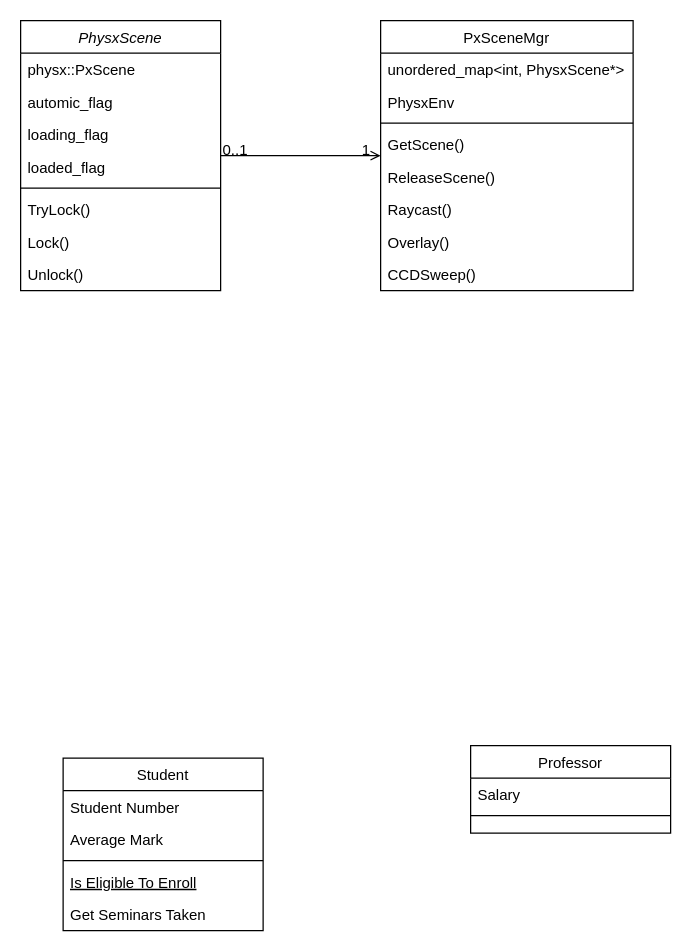
Earlier version of the draw.io diagram docs/UML1.drawio (justinzhuguangwen/behaviac). Source tidied: cells renumbered, new cells numbered last; positions are measured from the earlier drawing's top-left corner, leaving out a move shared by most shapes. Both pictures are drawn from the tidied source at 125%, with x=0, y=0 at pixel (20, 20).
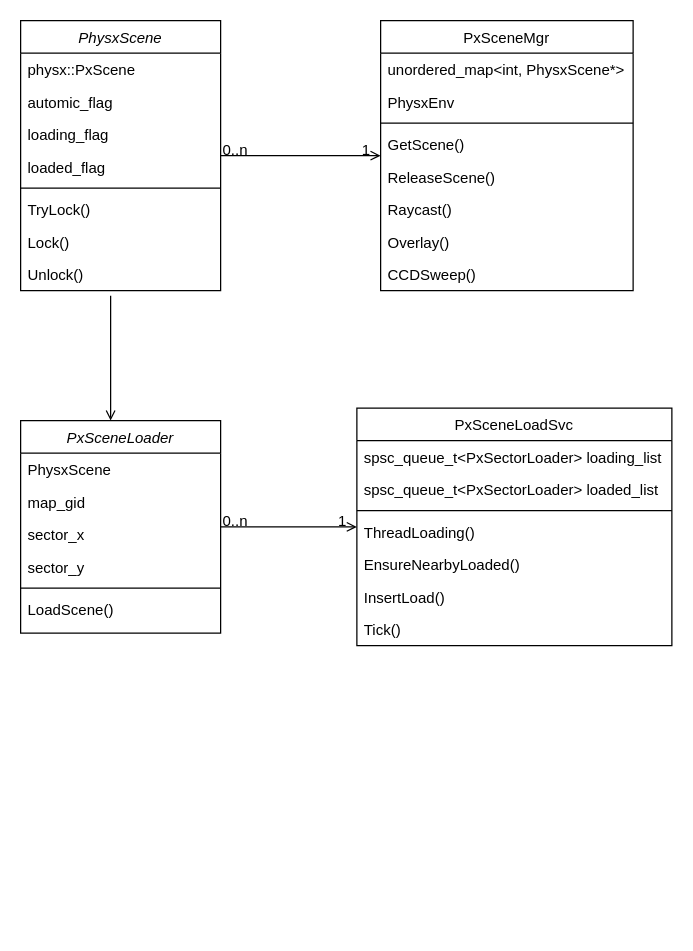
The same diagram, later.

Unchanged cells that the change refers to:
```xml
<mxCell id="29" style="endArrow=open;shadow=0;strokeWidth=1;rounded=0;endFill=1;edgeStyle=elbowEdgeStyle;elbow=vertical;" parent="1" edge="1" source="2" target="20">
  <mxGeometry x="0.5" y="41" relative="1" as="geometry">
    <mxPoint x="-40" y="32" as="offset" />
  </mxGeometry>
</mxCell>
```

Change to the diagram source:
```diff
@@
-    <mxCell id="11" value="Student" style="swimlane;fontStyle=0;align=center;verticalAlign=top;horizontal=1;startSize=26;rounded=0;shadow=0;strokeWidth=1;" parent="1" vertex="1">
-      <mxGeometry x="34" y="590" width="160" height="138" as="geometry" />
-    </mxCell>
-    <mxCell id="12" value="Student Number" style="text;align=left;verticalAlign=top;spacingLeft=4;spacingRight=4;overflow=hidden;" parent="11" vertex="1">
-      <mxGeometry y="26" width="160" height="26" as="geometry" />
-    </mxCell>
-    <mxCell id="13" value="Average Mark" style="text;align=left;verticalAlign=top;spacingLeft=4;spacingRight=4;overflow=hidden;rounded=0;shadow=0;html=0;" parent="11" vertex="1">
-      <mxGeometry y="52" width="160" height="26" as="geometry" />
-    </mxCell>
-    <mxCell id="14" style="line;html=1;strokeWidth=1;align=left;verticalAlign=middle;spacingTop=-1;spacingLeft=3;spacingRight=3;labelPosition=right;" parent="11" vertex="1">
-      <mxGeometry y="78" width="160" height="8" as="geometry" />
-    </mxCell>
-    <mxCell id="15" value="Is Eligible To Enroll" style="text;align=left;verticalAlign=top;spacingLeft=4;spacingRight=4;overflow=hidden;fontStyle=4;" parent="11" vertex="1">
-      <mxGeometry y="86" width="160" height="26" as="geometry" />
-    </mxCell>
-    <mxCell id="16" value="Get Seminars Taken" style="text;align=left;verticalAlign=top;spacingLeft=4;spacingRight=4;overflow=hidden;" parent="11" vertex="1">
-      <mxGeometry y="112" width="160" height="26" as="geometry" />
-    </mxCell>
-    <mxCell id="17" value="Professor" style="swimlane;fontStyle=0;align=center;verticalAlign=top;horizontal=1;startSize=26;rounded=0;shadow=0;strokeWidth=1;" parent="1" vertex="1">
-      <mxGeometry x="360" y="580" width="160" height="70" as="geometry" />
-    </mxCell>
-    <mxCell id="18" value="Salary" style="text;align=left;verticalAlign=top;spacingLeft=4;spacingRight=4;overflow=hidden;" parent="17" vertex="1">
-      <mxGeometry y="26" width="160" height="26" as="geometry" />
-    </mxCell>
-    <mxCell id="19" style="line;html=1;strokeWidth=1;align=left;verticalAlign=middle;spacingTop=-1;spacingLeft=3;spacingRight=3;labelPosition=right;" parent="17" vertex="1">
-      <mxGeometry y="52" width="160" height="8" as="geometry" />
-    </mxCell>
@@
-    <mxCell id="30" value="0..1" style="align=left;verticalAlign=bottom;labelBackgroundColor=none;fontSize=12;" parent="29" vertex="1">
+    <mxCell id="30" value="0..n" style="align=left;verticalAlign=bottom;labelBackgroundColor=none;fontSize=12;" parent="29" vertex="1">
       <mxGeometry x="-1" relative="1" as="geometry">
         <mxPoint y="4" as="offset" />
       </mxGeometry>
     </mxCell>
@@
+    <mxCell id="32" value="PxSceneLoader" style="swimlane;fontStyle=2;align=center;verticalAlign=top;horizontal=1;startSize=26;rounded=0;shadow=0;strokeWidth=1;" parent="1" vertex="1">
+      <mxGeometry y="320" width="160" height="170" as="geometry" />
+    </mxCell>
+    <mxCell id="33" value="PhysxScene" style="text;align=left;verticalAlign=top;spacingLeft=4;spacingRight=4;overflow=hidden;" parent="32" vertex="1">
+      <mxGeometry y="26" width="160" height="26" as="geometry" />
+    </mxCell>
+    <mxCell id="34" value="map_gid" style="text;align=left;verticalAlign=top;spacingLeft=4;spacingRight=4;overflow=hidden;rounded=0;shadow=0;html=0;" parent="32" vertex="1">
+      <mxGeometry y="52" width="160" height="26" as="geometry" />
+    </mxCell>
+    <mxCell id="35" value="sector_x" style="text;align=left;verticalAlign=top;spacingLeft=4;spacingRight=4;overflow=hidden;rounded=0;shadow=0;html=0;" parent="32" vertex="1">
+      <mxGeometry y="78" width="160" height="26" as="geometry" />
+    </mxCell>
+    <mxCell id="36" value="sector_y" style="text;align=left;verticalAlign=top;spacingLeft=4;spacingRight=4;overflow=hidden;" parent="32" vertex="1">
+      <mxGeometry y="104" width="160" height="26" as="geometry" />
+    </mxCell>
+    <mxCell id="37" style="line;html=1;strokeWidth=1;align=left;verticalAlign=middle;spacingTop=-1;spacingLeft=3;spacingRight=3;labelPosition=right;" parent="32" vertex="1">
+      <mxGeometry y="130" width="160" height="8" as="geometry" />
+    </mxCell>
+    <mxCell id="38" value="LoadScene()" style="text;align=left;verticalAlign=top;spacingLeft=4;spacingRight=4;overflow=hidden;" parent="32" vertex="1">
+      <mxGeometry y="138" width="160" height="22" as="geometry" />
+    </mxCell>
+    <mxCell id="39" value="PxSceneLoadSvc" style="swimlane;fontStyle=0;align=center;verticalAlign=top;horizontal=1;startSize=26;rounded=0;shadow=0;strokeWidth=1;" parent="1" vertex="1">
+      <mxGeometry x="269" y="310" width="252" height="190" as="geometry" />
+    </mxCell>
+    <mxCell id="40" value="spsc_queue_t&lt;PxSectorLoader&gt; loading_list" style="text;align=left;verticalAlign=top;spacingLeft=4;spacingRight=4;overflow=hidden;rounded=0;shadow=0;html=0;" parent="39" vertex="1">
+      <mxGeometry y="26" width="252" height="26" as="geometry" />
+    </mxCell>
+    <mxCell id="41" value="spsc_queue_t&lt;PxSectorLoader&gt; loaded_list" style="text;align=left;verticalAlign=top;spacingLeft=4;spacingRight=4;overflow=hidden;rounded=0;shadow=0;html=0;" parent="39" vertex="1">
+      <mxGeometry y="52" width="252" height="26" as="geometry" />
+    </mxCell>
+    <mxCell id="42" style="line;html=1;strokeWidth=1;align=left;verticalAlign=middle;spacingTop=-1;spacingLeft=3;spacingRight=3;labelPosition=right;" parent="39" vertex="1">
+      <mxGeometry y="78" width="252" height="8" as="geometry" />
+    </mxCell>
+    <mxCell id="43" value="ThreadLoading()" style="text;align=left;verticalAlign=top;spacingLeft=4;spacingRight=4;overflow=hidden;" parent="39" vertex="1">
+      <mxGeometry y="86" width="252" height="26" as="geometry" />
+    </mxCell>
+    <mxCell id="44" value="EnsureNearbyLoaded()" style="text;align=left;verticalAlign=top;spacingLeft=4;spacingRight=4;overflow=hidden;" parent="39" vertex="1">
+      <mxGeometry y="112" width="252" height="26" as="geometry" />
+    </mxCell>
+    <mxCell id="45" value="InsertLoad()" style="text;align=left;verticalAlign=top;spacingLeft=4;spacingRight=4;overflow=hidden;" parent="39" vertex="1">
+      <mxGeometry y="138" width="252" height="26" as="geometry" />
+    </mxCell>
+    <mxCell id="46" value="Tick()" style="text;align=left;verticalAlign=top;spacingLeft=4;spacingRight=4;overflow=hidden;" parent="39" vertex="1">
+      <mxGeometry y="164" width="252" height="26" as="geometry" />
+    </mxCell>
+    <mxCell id="47" style="endArrow=open;shadow=0;strokeWidth=1;rounded=0;endFill=1;edgeStyle=elbowEdgeStyle;elbow=vertical;" parent="1" edge="1" source="32" target="39">
+      <mxGeometry x="0.5" y="41" relative="1" as="geometry">
+        <mxPoint x="-40" y="32" as="offset" />
+      </mxGeometry>
+    </mxCell>
+    <mxCell id="48" value="0..n" style="align=left;verticalAlign=bottom;labelBackgroundColor=none;fontSize=12;" parent="47" vertex="1">
+      <mxGeometry x="-1" relative="1" as="geometry">
+        <mxPoint y="4" as="offset" />
+      </mxGeometry>
+    </mxCell>
+    <mxCell id="49" value="1" style="align=right;verticalAlign=bottom;labelBackgroundColor=none;fontSize=12;" parent="47" vertex="1">
+      <mxGeometry x="1" relative="1" as="geometry">
+        <mxPoint x="-7" y="4" as="offset" />
+      </mxGeometry>
+    </mxCell>
+    <mxCell id="50" style="endArrow=open;shadow=0;strokeWidth=1;rounded=0;endFill=1;edgeStyle=elbowEdgeStyle;elbow=vertical;entryX=0.45;entryY=0;entryDx=0;entryDy=0;entryPerimeter=0;" parent="1" edge="1" target="32">
+      <mxGeometry x="0.5" y="41" relative="1" as="geometry">
+        <mxPoint x="72" y="220" as="sourcePoint" />
+        <Array as="points">
+          <mxPoint x="218" y="240" />
+        </Array>
+        <mxPoint x="-40" y="32" as="offset" />
+      </mxGeometry>
+    </mxCell>
```
